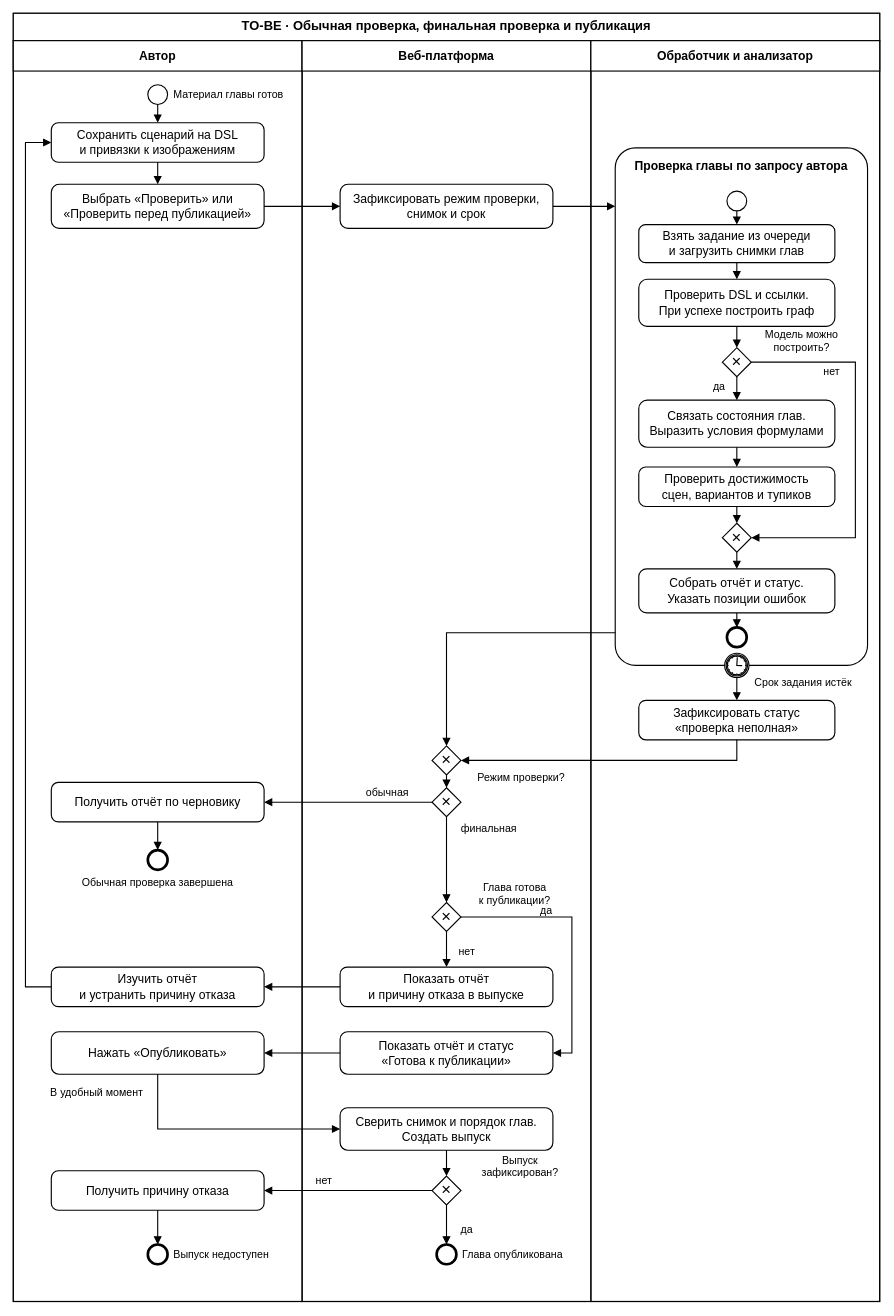
Above: assets/to-be.drawio in paltovkletku/s7_vkr (draw.io), before the change. Source tidied: cells renumbered, new cells numbered last; positions are measured from the earlier drawing's top-left corner, leaving out a move shared by most shapes. Both pictures are drawn from the tidied source at 76%, with x=0, y=0 at pixel (13, 13).
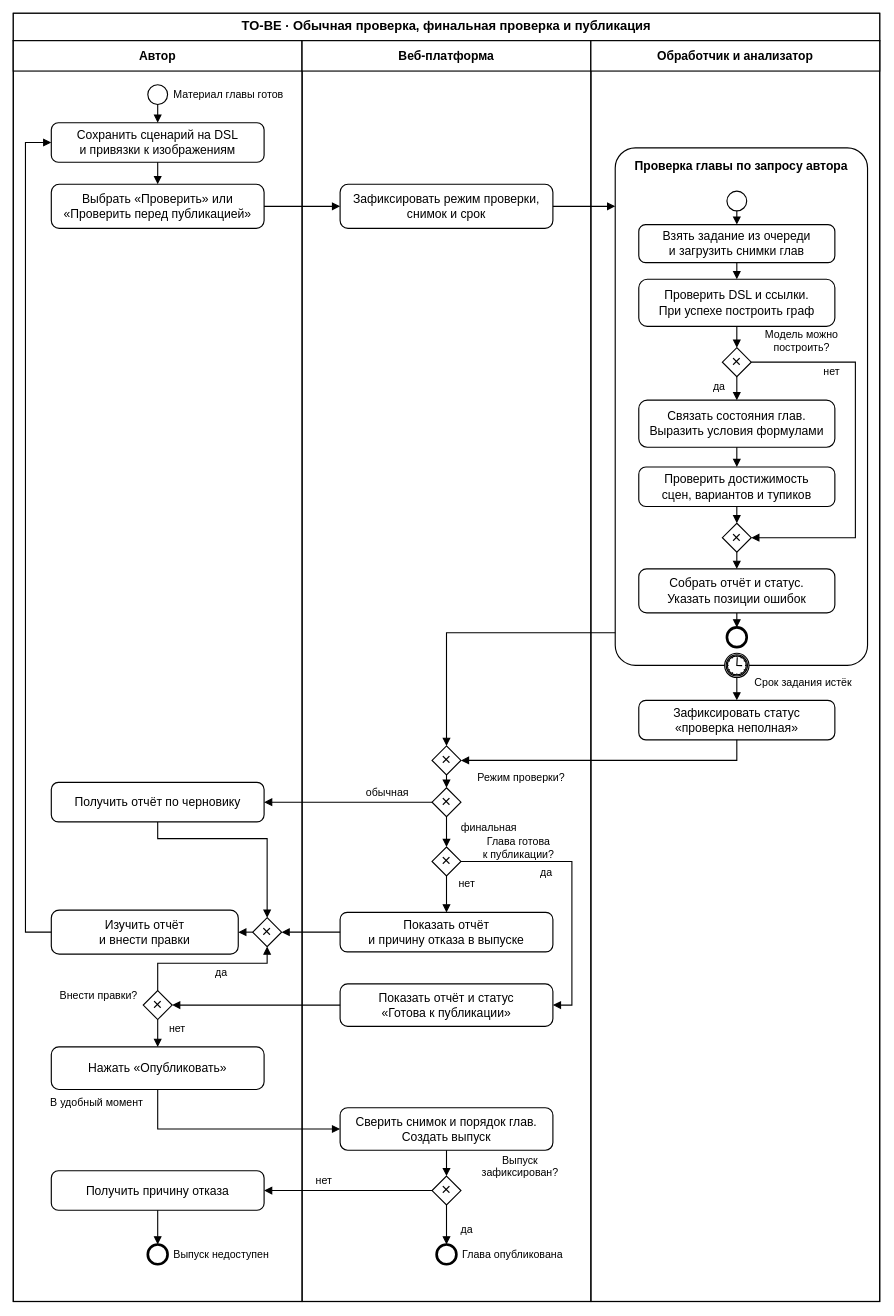
Above is the later version.

The change refers to these unchanged cells:
```xml
<mxCell id="12" value="Сохранить сценарий на DSL&lt;br&gt;и привязки к изображениям" style="html=1;whiteSpace=wrap;strokeWidth=1.5;fontSize=16;fontFamily=Arial;fontColor=#000000;strokeColor=#000000;fillColor=#ffffff;rounded=1;arcSize=18;fontSize=16;spacing=4;" parent="1" vertex="1">
  <mxGeometry x="50" y="144" width="280" height="52" as="geometry" />
</mxCell>
<mxCell id="35" value="Получить отчёт по черновику" style="html=1;whiteSpace=wrap;strokeWidth=1.5;fontSize=16;fontFamily=Arial;fontColor=#000000;strokeColor=#000000;fillColor=#ffffff;rounded=1;arcSize=18;fontSize=16;spacing=4;" parent="1" vertex="1">
  <mxGeometry x="50" y="1012" width="280" height="52" as="geometry" />
</mxCell>
<mxCell id="47" value="Сверить снимок и порядок глав.&lt;br&gt;Создать выпуск" style="html=1;whiteSpace=wrap;strokeWidth=1.5;fontSize=16;fontFamily=Arial;fontColor=#000000;strokeColor=#000000;fillColor=#ffffff;rounded=1;arcSize=18;fontSize=16;spacing=4;" parent="1" vertex="1">
  <mxGeometry x="430" y="1440" width="280" height="56" as="geometry" />
</mxCell>
<mxCell id="48" value="×" style="html=1;whiteSpace=wrap;strokeWidth=1.5;fontSize=16;fontFamily=Arial;fontColor=#000000;strokeColor=#000000;fillColor=#ffffff;rhombus;perimeter=rhombusPerimeter;fontSize=22;" parent="1" vertex="1">
  <mxGeometry x="551" y="1530" width="38" height="38" as="geometry" />
</mxCell>
<mxCell id="50" value="Получить причину отказа" style="html=1;whiteSpace=wrap;strokeWidth=1.5;fontSize=16;fontFamily=Arial;fontColor=#000000;strokeColor=#000000;fillColor=#ffffff;rounded=1;arcSize=18;fontSize=16;spacing=4;" parent="1" vertex="1">
  <mxGeometry x="50" y="1523" width="280" height="52" as="geometry" />
</mxCell>
<mxCell id="51" style="html=1;whiteSpace=wrap;strokeWidth=1.5;fontSize=16;fontFamily=Arial;fontColor=#000000;strokeColor=#000000;fillColor=#ffffff;ellipse;perimeter=ellipsePerimeter;strokeWidth=3.5;" parent="1" vertex="1">
  <mxGeometry x="177" y="1620" width="26" height="26" as="geometry" />
</mxCell>
<mxCell id="53" style="html=1;whiteSpace=wrap;strokeWidth=1.5;fontSize=16;fontFamily=Arial;fontColor=#000000;strokeColor=#000000;fillColor=#ffffff;ellipse;perimeter=ellipsePerimeter;strokeWidth=3.5;" parent="1" vertex="1">
  <mxGeometry x="557" y="1620" width="26" height="26" as="geometry" />
</mxCell>
```

The edit, as a diff of the source:
```diff
@@
-    <mxCell id="36" style="html=1;whiteSpace=wrap;strokeWidth=1.5;fontSize=16;fontFamily=Arial;fontColor=#000000;strokeColor=#000000;fillColor=#ffffff;ellipse;perimeter=ellipsePerimeter;strokeWidth=3.5;" parent="1" vertex="1">
-      <mxGeometry x="177" y="1101" width="26" height="26" as="geometry" />
-    </mxCell>
-    <mxCell id="37" value="Обычная проверка завершена" style="html=1;whiteSpace=wrap;strokeWidth=1.5;fontSize=16;fontFamily=Arial;fontColor=#000000;strokeColor=#000000;fillColor=#ffffff;text;strokeColor=none;fillColor=none;align=center;verticalAlign=middle;fontSize=14;" parent="1" vertex="1">
-      <mxGeometry x="65" y="1131" width="250" height="25" as="geometry" />
-    </mxCell>
@@
     <mxCell id="39" value="финальная" style="html=1;whiteSpace=wrap;strokeWidth=1.5;fontSize=16;fontFamily=Arial;fontColor=#000000;strokeColor=#000000;fillColor=#ffffff;text;strokeColor=none;fillColor=none;align=center;verticalAlign=middle;fontSize=14;" parent="1" vertex="1">
-      <mxGeometry x="581" y="1062" width="90" height="22" as="geometry" />
+      <mxGeometry x="581" y="1060" width="90" height="21" as="geometry" />
     </mxCell>
     <mxCell id="40" value="×" style="html=1;whiteSpace=wrap;strokeWidth=1.5;fontSize=16;fontFamily=Arial;fontColor=#000000;strokeColor=#000000;fillColor=#ffffff;rhombus;perimeter=rhombusPerimeter;fontSize=22;" parent="1" vertex="1">
-      <mxGeometry x="551" y="1170" width="38" height="38" as="geometry" />
+      <mxGeometry x="551" y="1097" width="38" height="38" as="geometry" />
     </mxCell>
     <mxCell id="41" value="Глава готова&lt;br&gt;к публикации?" style="html=1;whiteSpace=wrap;strokeWidth=1.5;fontSize=16;fontFamily=Arial;fontColor=#000000;strokeColor=#000000;fillColor=#ffffff;text;strokeColor=none;fillColor=none;align=center;verticalAlign=middle;fontSize=14;" parent="1" vertex="1">
-      <mxGeometry x="591" y="1144" width="138" height="28" as="geometry" />
+      <mxGeometry x="600" y="1084" width="130" height="28" as="geometry" />
     </mxCell>
     <mxCell id="42" value="Показать отчёт&lt;br&gt;и причину отказа в выпуске" style="html=1;whiteSpace=wrap;strokeWidth=1.5;fontSize=16;fontFamily=Arial;fontColor=#000000;strokeColor=#000000;fillColor=#ffffff;rounded=1;arcSize=18;fontSize=16;spacing=4;" parent="1" vertex="1">
-      <mxGeometry x="430" y="1255" width="280" height="52" as="geometry" />
+      <mxGeometry x="430" y="1183" width="280" height="52" as="geometry" />
     </mxCell>
+    <mxCell id="89" value="×" style="html=1;whiteSpace=wrap;strokeWidth=1.5;fontSize=16;fontFamily=Arial;fontColor=#000000;strokeColor=#000000;fillColor=#ffffff;rhombus;perimeter=rhombusPerimeter;fontSize=22;" parent="1" vertex="1">
+      <mxGeometry x="315" y="1190" width="38" height="38" as="geometry" />
+    </mxCell>
-    <mxCell id="43" value="Изучить отчёт&lt;br&gt;и устранить причину отказа" style="html=1;whiteSpace=wrap;strokeWidth=1.5;fontSize=16;fontFamily=Arial;fontColor=#000000;strokeColor=#000000;fillColor=#ffffff;rounded=1;arcSize=18;fontSize=16;spacing=4;" parent="1" vertex="1">
-      <mxGeometry x="50" y="1255" width="280" height="52" as="geometry" />
+    <mxCell id="43" value="Изучить отчёт&lt;br&gt;и внести правки" style="html=1;whiteSpace=wrap;strokeWidth=1.5;fontSize=16;fontFamily=Arial;fontColor=#000000;strokeColor=#000000;fillColor=#ffffff;rounded=1;arcSize=18;fontSize=16;spacing=4;" parent="1" vertex="1">
+      <mxGeometry x="50" y="1180" width="246" height="58" as="geometry" />
     </mxCell>
     <mxCell id="44" value="Показать отчёт и статус&lt;br&gt;«Готова к публикации»" style="html=1;whiteSpace=wrap;strokeWidth=1.5;fontSize=16;fontFamily=Arial;fontColor=#000000;strokeColor=#000000;fillColor=#ffffff;rounded=1;arcSize=18;fontSize=16;spacing=4;" parent="1" vertex="1">
-      <mxGeometry x="430" y="1340" width="280" height="56" as="geometry" />
+      <mxGeometry x="430" y="1277" width="280" height="56" as="geometry" />
     </mxCell>
+    <mxCell id="90" value="×" style="html=1;whiteSpace=wrap;strokeWidth=1.5;fontSize=16;fontFamily=Arial;fontColor=#000000;strokeColor=#000000;fillColor=#ffffff;rhombus;perimeter=rhombusPerimeter;fontSize=22;" parent="1" vertex="1">
+      <mxGeometry x="171" y="1286" width="38" height="38" as="geometry" />
+    </mxCell>
+    <mxCell id="91" value="Внести правки?" style="html=1;whiteSpace=wrap;strokeWidth=1.5;fontSize=16;fontFamily=Arial;fontColor=#000000;strokeColor=#000000;fillColor=#ffffff;text;strokeColor=none;fillColor=none;align=center;verticalAlign=middle;fontSize=14;" parent="1" vertex="1">
+      <mxGeometry x="55" y="1280" width="115" height="24" as="geometry" />
+    </mxCell>
     <mxCell id="45" value="Нажать «Опубликовать»" style="html=1;whiteSpace=wrap;strokeWidth=1.5;fontSize=16;fontFamily=Arial;fontColor=#000000;strokeColor=#000000;fillColor=#ffffff;rounded=1;arcSize=18;fontSize=16;spacing=4;" parent="1" vertex="1">
-      <mxGeometry x="50" y="1340" width="280" height="56" as="geometry" />
+      <mxGeometry x="50" y="1360" width="280" height="56" as="geometry" />
     </mxCell>
     <mxCell id="46" value="В удобный момент" style="html=1;whiteSpace=wrap;strokeWidth=1.5;fontSize=16;fontFamily=Arial;fontColor=#000000;strokeColor=#000000;fillColor=#ffffff;text;strokeColor=none;fillColor=none;align=center;verticalAlign=middle;fontSize=14;" parent="1" vertex="1">
-      <mxGeometry x="35" y="1407" width="150" height="26" as="geometry" />
+      <mxGeometry x="35" y="1420" width="150" height="26" as="geometry" />
     </mxCell>
@@
-    <mxCell id="73" style="edgeStyle=none;rounded=0;html=1;strokeColor=#000000;strokeWidth=1.45;endArrow=block;endFill=1;endSize=7;exitX=0.5;exitY=1;exitDx=0;exitDy=0;entryX=0.5;entryY=0;entryDx=0;entryDy=0;" parent="1" edge="1" source="35" target="36">
-      <mxGeometry relative="1" as="geometry" />
+    <mxCell id="73" style="edgeStyle=none;rounded=0;html=1;strokeColor=#000000;strokeWidth=1.45;endArrow=block;endFill=1;endSize=7;exitX=0.5;exitY=1;exitDx=0;exitDy=0;entryX=0.5;entryY=0;entryDx=0;entryDy=0;" parent="1" edge="1" source="35" target="89">
+      <mxGeometry relative="1" as="geometry">
+        <Array as="points">
+          <mxPoint x="190" y="1086" />
+          <mxPoint x="334" y="1086" />
+        </Array>
+      </mxGeometry>
     </mxCell>
@@
     <mxCell id="76" value="нет" style="html=1;whiteSpace=wrap;strokeWidth=1.5;fontSize=16;fontFamily=Arial;fontColor=#000000;strokeColor=#000000;fillColor=#ffffff;text;strokeColor=none;fillColor=none;align=center;verticalAlign=middle;fontSize=14;" parent="1" vertex="1">
-      <mxGeometry x="580" y="1223" width="34" height="22" as="geometry" />
+      <mxGeometry x="580" y="1134" width="34" height="22" as="geometry" />
     </mxCell>
     <mxCell id="77" style="edgeStyle=none;rounded=0;html=1;strokeColor=#000000;strokeWidth=1.45;endArrow=block;endFill=1;endSize=7;exitX=1;exitY=0.5;exitDx=0;exitDy=0;entryX=1;entryY=0.5;entryDx=0;entryDy=0;" parent="1" edge="1" source="40" target="44">
       <mxGeometry relative="1" as="geometry">
         <Array as="points">
-          <mxPoint x="735" y="1189" />
-          <mxPoint x="735" y="1368" />
+          <mxPoint x="735" y="1116" />
+          <mxPoint x="735" y="1305" />
         </Array>
       </mxGeometry>
     </mxCell>
     <mxCell id="78" value="да" style="html=1;whiteSpace=wrap;strokeWidth=1.5;fontSize=16;fontFamily=Arial;fontColor=#000000;strokeColor=#000000;fillColor=#ffffff;text;strokeColor=none;fillColor=none;align=center;verticalAlign=middle;fontSize=14;" parent="1" vertex="1">
-      <mxGeometry x="682" y="1169" width="39" height="21" as="geometry" />
+      <mxGeometry x="682" y="1120" width="39" height="21" as="geometry" />
     </mxCell>
-    <mxCell id="79" style="edgeStyle=none;rounded=0;html=1;strokeColor=#000000;strokeWidth=1.45;endArrow=block;endFill=1;endSize=7;exitX=0;exitY=0.5;exitDx=0;exitDy=0;entryX=1;entryY=0.5;entryDx=0;entryDy=0;" parent="1" edge="1" source="42" target="43">
+    <mxCell id="79" style="edgeStyle=none;rounded=0;html=1;strokeColor=#000000;strokeWidth=1.45;endArrow=block;endFill=1;endSize=7;exitX=0;exitY=0.5;exitDx=0;exitDy=0;entryX=1;entryY=0.5;entryDx=0;entryDy=0;" parent="1" edge="1" source="42" target="89">
       <mxGeometry relative="1" as="geometry" />
     </mxCell>
-    <mxCell id="80" style="edgeStyle=none;rounded=0;html=1;strokeColor=#000000;strokeWidth=1.45;endArrow=block;endFill=1;endSize=7;exitX=0;exitY=0.5;exitDx=0;exitDy=0;entryX=0;entryY=0.5;entryDx=0;entryDy=0;" parent="1" edge="1" source="43" target="12">
-      <mxGeometry relative="1" as="geometry">
-        <Array as="points">
-          <mxPoint x="16" y="1281" />
-          <mxPoint x="16" y="170" />
-        </Array>
-      </mxGeometry>
+    <mxCell id="80" style="edgeStyle=none;rounded=0;html=1;strokeColor=#000000;strokeWidth=1.45;endArrow=block;endFill=1;endSize=7;exitX=0;exitY=0.5;exitDx=0;exitDy=0;entryX=1;entryY=0.5;entryDx=0;entryDy=0;" parent="1" edge="1" source="44" target="90">
+      <mxGeometry relative="1" as="geometry" />
     </mxCell>
-    <mxCell id="81" style="edgeStyle=none;rounded=0;html=1;strokeColor=#000000;strokeWidth=1.45;endArrow=block;endFill=1;endSize=7;exitX=0;exitY=0.5;exitDx=0;exitDy=0;entryX=1;entryY=0.5;entryDx=0;entryDy=0;" parent="1" edge="1" source="44" target="45">
-      <mxGeometry relative="1" as="geometry" />
+    <mxCell id="81" style="edgeStyle=none;rounded=0;html=1;strokeColor=#000000;strokeWidth=1.45;endArrow=block;endFill=1;endSize=7;exitX=0.5;exitY=0;exitDx=0;exitDy=0;entryX=0.5;entryY=1;entryDx=0;entryDy=0;" parent="1" edge="1" source="90" target="89">
+      <mxGeometry relative="1" as="geometry">
+        <Array as="points">
+          <mxPoint x="190" y="1250" />
+          <mxPoint x="334" y="1250" />
+        </Array>
+      </mxGeometry>
     </mxCell>
+    <mxCell id="92" value="да" style="html=1;whiteSpace=wrap;strokeWidth=1.5;fontSize=16;fontFamily=Arial;fontColor=#000000;strokeColor=#000000;fillColor=#ffffff;text;strokeColor=none;fillColor=none;align=center;verticalAlign=middle;fontSize=14;" parent="1" vertex="1">
+      <mxGeometry x="255" y="1251" width="38" height="21" as="geometry" />
+    </mxCell>
-    <mxCell id="82" style="edgeStyle=none;rounded=0;html=1;strokeColor=#000000;strokeWidth=1.45;endArrow=block;endFill=1;endSize=7;exitX=0.5;exitY=1;exitDx=0;exitDy=0;entryX=0;entryY=0.5;entryDx=0;entryDy=0;" parent="1" edge="1" source="45" target="47">
-      <mxGeometry relative="1" as="geometry">
-        <Array as="points">
-          <mxPoint x="190" y="1468" />
-        </Array>
-      </mxGeometry>
+    <mxCell id="82" style="edgeStyle=none;rounded=0;html=1;strokeColor=#000000;strokeWidth=1.45;endArrow=block;endFill=1;endSize=7;exitX=0;exitY=0.5;exitDx=0;exitDy=0;entryX=1;entryY=0.5;entryDx=0;entryDy=0;" parent="1" edge="1" source="89" target="43">
+      <mxGeometry relative="1" as="geometry" />
     </mxCell>
-    <mxCell id="83" style="edgeStyle=none;rounded=0;html=1;strokeColor=#000000;strokeWidth=1.45;endArrow=block;endFill=1;endSize=7;exitX=0.5;exitY=1;exitDx=0;exitDy=0;entryX=0.5;entryY=0;entryDx=0;entryDy=0;" parent="1" edge="1" source="47" target="48">
-      <mxGeometry relative="1" as="geometry" />
+    <mxCell id="83" style="edgeStyle=none;rounded=0;html=1;strokeColor=#000000;strokeWidth=1.45;endArrow=block;endFill=1;endSize=7;exitX=0;exitY=0.5;exitDx=0;exitDy=0;entryX=0;entryY=0.5;entryDx=0;entryDy=0;" parent="1" edge="1" source="43" target="12">
+      <mxGeometry relative="1" as="geometry">
+        <Array as="points">
+          <mxPoint x="16" y="1209" />
+          <mxPoint x="16" y="170" />
+        </Array>
+      </mxGeometry>
     </mxCell>
-    <mxCell id="84" style="edgeStyle=none;rounded=0;html=1;strokeColor=#000000;strokeWidth=1.45;endArrow=block;endFill=1;endSize=7;exitX=0;exitY=0.5;exitDx=0;exitDy=0;entryX=1;entryY=0.5;entryDx=0;entryDy=0;" parent="1" edge="1" source="48" target="50">
+    <mxCell id="84" style="edgeStyle=none;rounded=0;html=1;strokeColor=#000000;strokeWidth=1.45;endArrow=block;endFill=1;endSize=7;exitX=0.5;exitY=1;exitDx=0;exitDy=0;entryX=0.5;entryY=0;entryDx=0;entryDy=0;" parent="1" edge="1" source="90" target="45">
       <mxGeometry relative="1" as="geometry" />
     </mxCell>
+    <mxCell id="93" value="нет" style="html=1;whiteSpace=wrap;strokeWidth=1.5;fontSize=16;fontFamily=Arial;fontColor=#000000;strokeColor=#000000;fillColor=#ffffff;text;strokeColor=none;fillColor=none;align=center;verticalAlign=middle;fontSize=14;" parent="1" vertex="1">
+      <mxGeometry x="198" y="1325" width="36" height="22" as="geometry" />
+    </mxCell>
-    <mxCell id="85" style="edgeStyle=none;rounded=0;html=1;strokeColor=#000000;strokeWidth=1.45;endArrow=block;endFill=1;endSize=7;exitX=0.5;exitY=1;exitDx=0;exitDy=0;entryX=0.5;entryY=0;entryDx=0;entryDy=0;" parent="1" edge="1" source="50" target="51">
-      <mxGeometry relative="1" as="geometry" />
+    <mxCell id="85" style="edgeStyle=none;rounded=0;html=1;strokeColor=#000000;strokeWidth=1.45;endArrow=block;endFill=1;endSize=7;exitX=0.5;exitY=1;exitDx=0;exitDy=0;entryX=0;entryY=0.5;entryDx=0;entryDy=0;" parent="1" edge="1" source="45" target="47">
+      <mxGeometry relative="1" as="geometry">
+        <Array as="points">
+          <mxPoint x="190" y="1468" />
+        </Array>
+      </mxGeometry>
     </mxCell>
+    <mxCell id="87" style="edgeStyle=none;rounded=0;html=1;strokeColor=#000000;strokeWidth=1.45;endArrow=block;endFill=1;endSize=7;exitX=0.5;exitY=1;exitDx=0;exitDy=0;entryX=0.5;entryY=0;entryDx=0;entryDy=0;" parent="1" edge="1" source="47" target="48">
+      <mxGeometry relative="1" as="geometry" />
+    </mxCell>
+    <mxCell id="94" style="edgeStyle=none;rounded=0;html=1;strokeColor=#000000;strokeWidth=1.45;endArrow=block;endFill=1;endSize=7;exitX=0;exitY=0.5;exitDx=0;exitDy=0;entryX=1;entryY=0.5;entryDx=0;entryDy=0;" parent="1" edge="1" source="48" target="50">
+      <mxGeometry relative="1" as="geometry" />
+    </mxCell>
+    <mxCell id="95" style="edgeStyle=none;rounded=0;html=1;strokeColor=#000000;strokeWidth=1.45;endArrow=block;endFill=1;endSize=7;exitX=0.5;exitY=1;exitDx=0;exitDy=0;entryX=0.5;entryY=0;entryDx=0;entryDy=0;" parent="1" edge="1" source="50" target="51">
+      <mxGeometry relative="1" as="geometry" />
+    </mxCell>
@@
-    <mxCell id="87" style="edgeStyle=none;rounded=0;html=1;strokeColor=#000000;strokeWidth=1.45;endArrow=block;endFill=1;endSize=7;exitX=0.5;exitY=1;exitDx=0;exitDy=0;entryX=0.5;entryY=0;entryDx=0;entryDy=0;" parent="1" edge="1" source="48" target="53">
-      <mxGeometry relative="1" as="geometry" />
-    </mxCell>
+    <mxCell id="96" style="edgeStyle=none;rounded=0;html=1;strokeColor=#000000;strokeWidth=1.45;endArrow=block;endFill=1;endSize=7;exitX=0.5;exitY=1;exitDx=0;exitDy=0;entryX=0.5;entryY=0;entryDx=0;entryDy=0;" parent="1" edge="1" source="48" target="53">
+      <mxGeometry relative="1" as="geometry" />
+    </mxCell>
```
